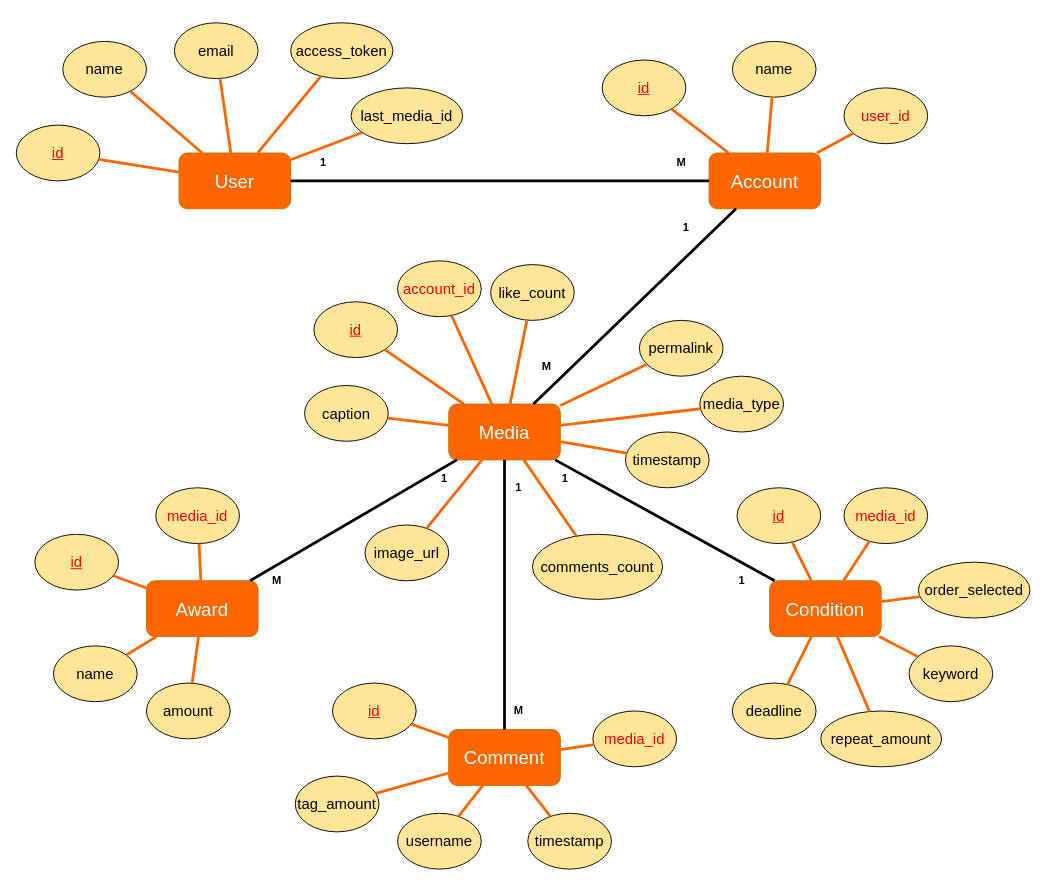
Before: drawup ERD.drawio in z88243310/bins, a draw.io diagram. Source tidied: cells renumbered, new cells numbered last; positions are measured from the earlier drawing's top-left corner, leaving out a move shared by most shapes. Both pictures are drawn from the tidied source at 93%, with x=0, y=0 at pixel (16, 22).
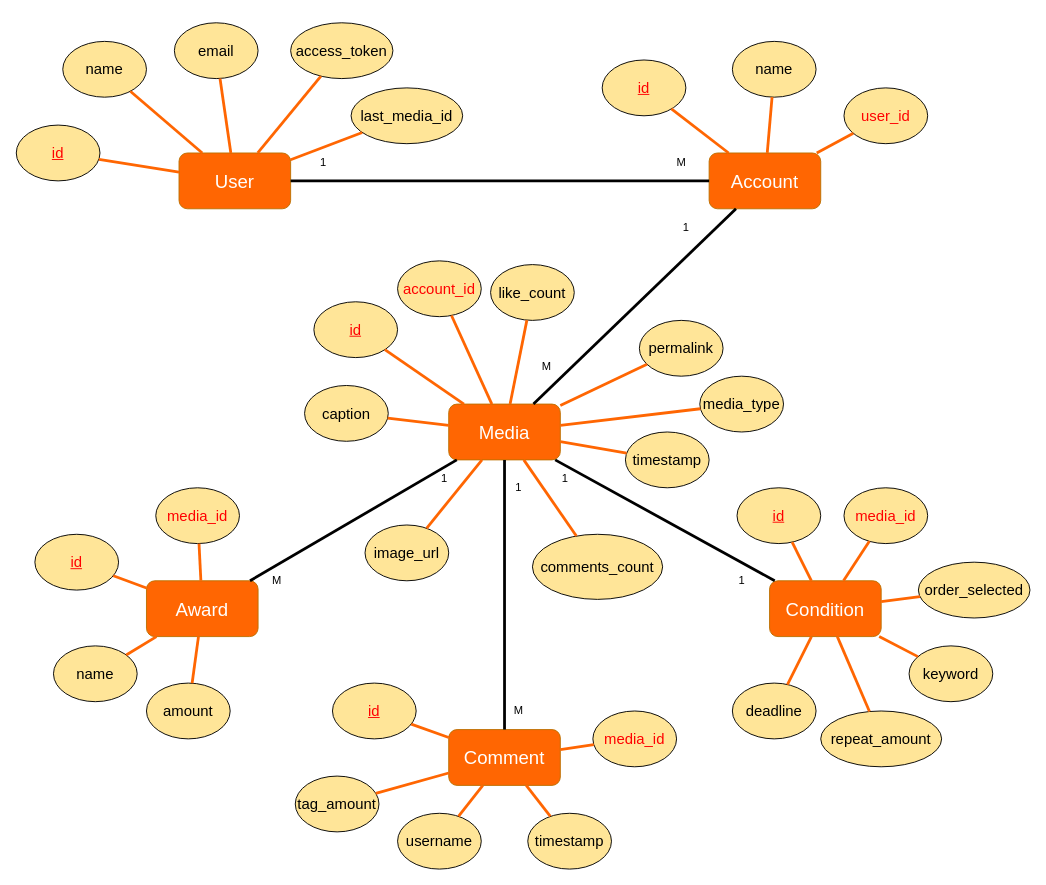
After the change.

Change to the diagram source:
```diff
@@
-    <mxCell id="7" value="1" style="text;html=1;align=center;verticalAlign=middle;strokeColor=none;fillColor=none;fontStyle=1;" parent="1" vertex="1">
+    <mxCell id="7" value="1" style="text;html=1;align=center;verticalAlign=middle;strokeColor=none;fillColor=none;fontStyle=0;" parent="1" vertex="1">
       <mxGeometry x="320" y="140" width="20" height="20" as="geometry" />
     </mxCell>
-    <mxCell id="8" value="M" style="text;html=1;align=center;verticalAlign=middle;strokeColor=none;fillColor=none;fontStyle=1;" parent="1" vertex="1">
-      <mxGeometry x="700" y="140" width="30" height="20" as="geometry" />
+    <mxCell id="8" value="M" style="text;html=1;align=center;verticalAlign=middle;strokeColor=none;fillColor=none;fontStyle=0;" parent="1" vertex="1">
+      <mxGeometry x="705" y="140" width="20" height="20" as="geometry" />
     </mxCell>
@@
-    <mxCell id="79" value="1" style="text;html=1;align=center;verticalAlign=middle;strokeColor=none;fillColor=none;fontStyle=1;" parent="1" vertex="1">
+    <mxCell id="79" value="1" style="text;html=1;align=center;verticalAlign=middle;strokeColor=none;fillColor=none;fontStyle=0;" parent="1" vertex="1">
       <mxGeometry x="710" y="210" width="20" height="20" as="geometry" />
     </mxCell>
-    <mxCell id="80" value="M" style="text;html=1;align=center;verticalAlign=middle;strokeColor=none;fillColor=none;rotation=0;fontStyle=1;" parent="1" vertex="1">
-      <mxGeometry x="555" y="360" width="30" height="20" as="geometry" />
+    <mxCell id="80" value="M" style="text;html=1;align=center;verticalAlign=middle;strokeColor=none;fillColor=none;rotation=0;fontStyle=0;" parent="1" vertex="1">
+      <mxGeometry x="560" y="360" width="20" height="20" as="geometry" />
     </mxCell>
-    <mxCell id="81" value="1" style="text;html=1;align=center;verticalAlign=middle;strokeColor=none;fillColor=none;fontStyle=1;" parent="1" vertex="1">
+    <mxCell id="81" value="1" style="text;html=1;align=center;verticalAlign=middle;strokeColor=none;fillColor=none;fontStyle=0;" parent="1" vertex="1">
       <mxGeometry x="580" y="480" width="20" height="20" as="geometry" />
     </mxCell>
-    <mxCell id="82" value="1" style="text;html=1;align=center;verticalAlign=middle;strokeColor=none;fillColor=none;fontStyle=1;" parent="1" vertex="1">
+    <mxCell id="82" value="1" style="text;html=1;align=center;verticalAlign=middle;strokeColor=none;fillColor=none;fontStyle=0;" parent="1" vertex="1">
       <mxGeometry x="770" y="590" width="20" height="20" as="geometry" />
     </mxCell>
-    <mxCell id="83" value="M" style="text;html=1;align=center;verticalAlign=middle;strokeColor=none;fillColor=none;fontStyle=1;" parent="1" vertex="1">
-      <mxGeometry x="525" y="730" width="30" height="20" as="geometry" />
+    <mxCell id="83" value="M" style="text;html=1;align=center;verticalAlign=middle;strokeColor=none;fillColor=none;fontStyle=0;" parent="1" vertex="1">
+      <mxGeometry x="530" y="730" width="20" height="20" as="geometry" />
     </mxCell>
-    <mxCell id="84" value="1" style="text;html=1;align=center;verticalAlign=middle;strokeColor=none;fillColor=none;fontStyle=1;" parent="1" vertex="1">
+    <mxCell id="84" value="1" style="text;html=1;align=center;verticalAlign=middle;strokeColor=none;fillColor=none;fontStyle=0;" parent="1" vertex="1">
       <mxGeometry x="530" y="490" width="20" height="20" as="geometry" />
     </mxCell>
-    <mxCell id="85" value="M" style="text;html=1;align=center;verticalAlign=middle;strokeColor=none;fillColor=none;fontStyle=1;" parent="1" vertex="1">
-      <mxGeometry x="265" y="590" width="30" height="20" as="geometry" />
+    <mxCell id="85" value="M" style="text;html=1;align=center;verticalAlign=middle;strokeColor=none;fillColor=none;fontStyle=0;" parent="1" vertex="1">
+      <mxGeometry x="270" y="590" width="20" height="20" as="geometry" />
     </mxCell>
-    <mxCell id="86" value="1" style="text;html=1;align=center;verticalAlign=middle;strokeColor=none;fillColor=none;fontStyle=1;" parent="1" vertex="1">
+    <mxCell id="86" value="1" style="text;html=1;align=center;verticalAlign=middle;strokeColor=none;fillColor=none;fontStyle=0;" parent="1" vertex="1">
       <mxGeometry x="450" y="480" width="20" height="20" as="geometry" />
     </mxCell>
```
